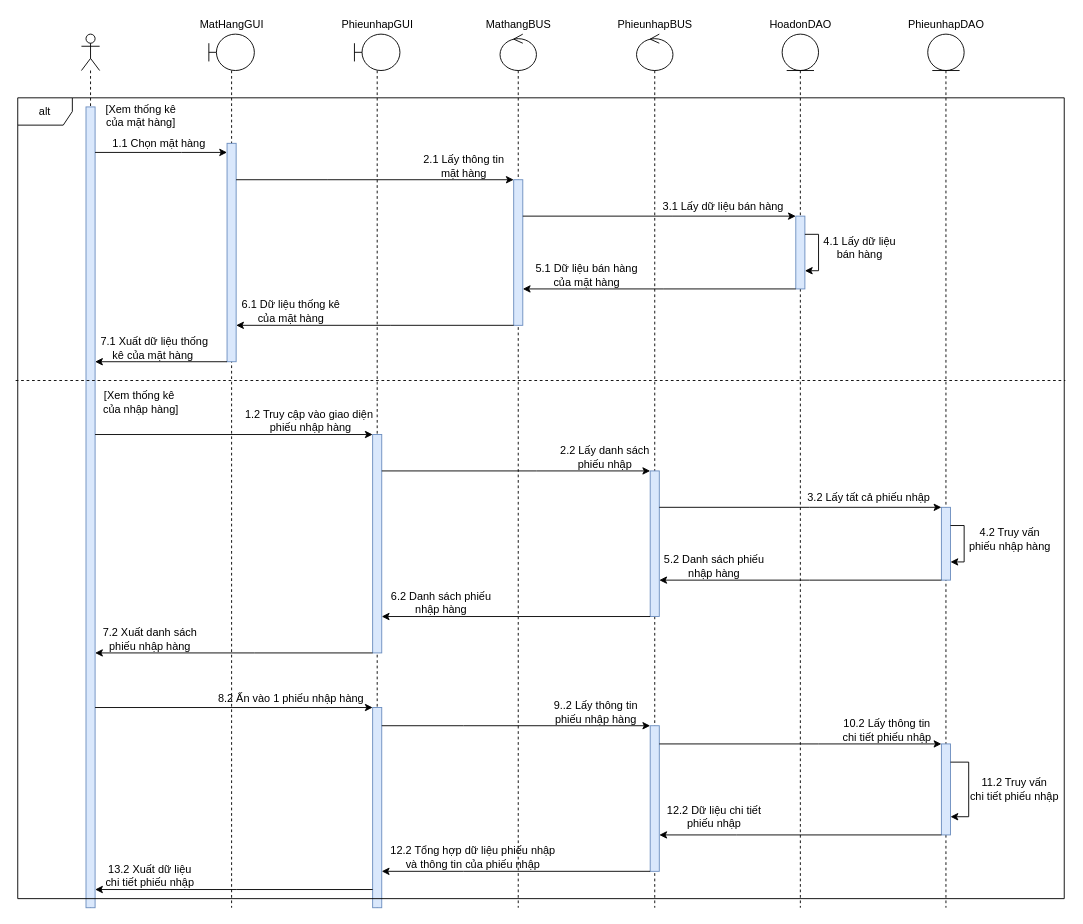
Earlier version of the draw.io diagram Sequence Diagrams/Quang Võ/SD_ThốngKê.drawio (EdgarIgnite16/OOAD-Project). Source tidied: cells renumbered, new cells numbered last; positions are measured from the earlier drawing's top-left corner, leaving out a move shared by most shapes. Both pictures are drawn from the tidied source at 91%, with x=0, y=0 at pixel (17, 15).
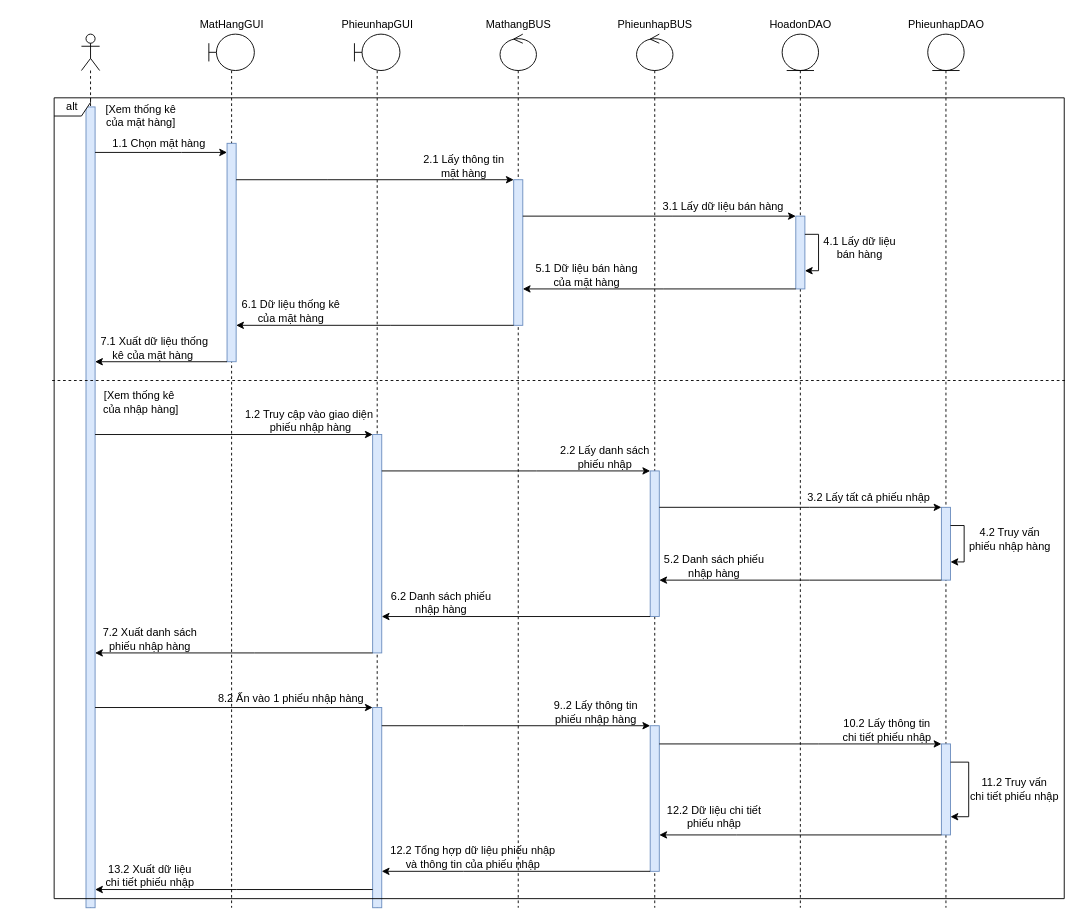
The same diagram, later.

What changed in the source:
```diff
@@
-    <mxCell id="69" value="alt" style="shape=umlFrame;whiteSpace=wrap;html=1;" parent="1" vertex="1">
-      <mxGeometry y="90" width="1150" height="880" as="geometry" />
+    <mxCell id="69" value="alt" style="shape=umlFrame;whiteSpace=wrap;html=1;width=40;height=20;" parent="1" vertex="1">
+      <mxGeometry x="40" y="90" width="1110" height="880" as="geometry" />
     </mxCell>
```
